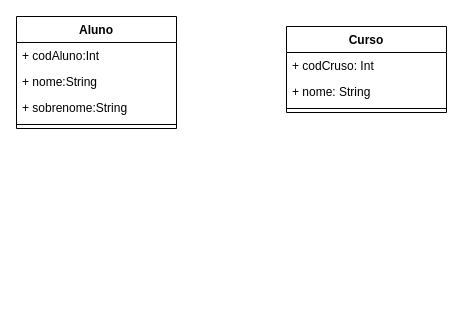
Earlier version of the draw.io diagram Desafio1drawio.drawio (Nogueira94/desafio1_digital_house). Source tidied: cells renumbered, new cells numbered last; positions are measured from the earlier drawing's top-left corner, leaving out a move shared by most shapes. Both pictures are drawn from the tidied source at 100%, with x=0, y=0 at pixel (16, 16).
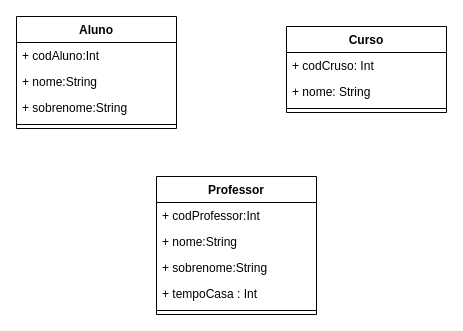
The same page after the edit.

Change to the diagram source:
```diff
@@
 <mxGraphModel>
   <root>
     <mxCell id="0" />
     <mxCell id="1" parent="0" />
     <mxCell id="2" value="Aluno" style="swimlane;fontStyle=1;align=center;verticalAlign=top;horizontal=1;startSize=26;" parent="1" vertex="1">
       <mxGeometry width="160" height="112" as="geometry" />
     </mxCell>
     <mxCell id="3" value="+ codAluno:Int" style="text;strokeColor=none;fillColor=none;align=left;verticalAlign=top;spacingLeft=4;spacingRight=4;overflow=hidden;" parent="2" vertex="1">
       <mxGeometry y="26" width="160" height="26" as="geometry" />
     </mxCell>
     <mxCell id="4" value="+ nome:String" style="text;strokeColor=none;fillColor=none;align=left;verticalAlign=top;spacingLeft=4;spacingRight=4;overflow=hidden;" parent="2" vertex="1">
       <mxGeometry y="52" width="160" height="26" as="geometry" />
     </mxCell>
     <mxCell id="5" value="+ sobrenome:String" style="text;strokeColor=none;fillColor=none;align=left;verticalAlign=top;spacingLeft=4;spacingRight=4;overflow=hidden;" parent="2" vertex="1">
       <mxGeometry y="78" width="160" height="26" as="geometry" />
     </mxCell>
     <mxCell id="6" style="line;strokeWidth=1;fillColor=none;align=left;verticalAlign=middle;spacingTop=-1;spacingLeft=3;spacingRight=3;labelPosition=right;" parent="2" vertex="1">
       <mxGeometry y="104" width="160" height="8" as="geometry" />
     </mxCell>
     <mxCell id="7" value="Curso" style="swimlane;fontStyle=1;align=center;verticalAlign=top;horizontal=1;startSize=26;" parent="1" vertex="1">
       <mxGeometry x="270" y="10" width="160" height="86" as="geometry" />
     </mxCell>
     <mxCell id="8" value="+ codCruso: Int" style="text;strokeColor=none;fillColor=none;align=left;verticalAlign=top;spacingLeft=4;spacingRight=4;overflow=hidden;" parent="7" vertex="1">
       <mxGeometry y="26" width="160" height="26" as="geometry" />
     </mxCell>
     <mxCell id="9" value="+ nome: String&#10;" style="text;strokeColor=none;fillColor=none;align=left;verticalAlign=top;spacingLeft=4;spacingRight=4;overflow=hidden;" parent="7" vertex="1">
       <mxGeometry y="52" width="160" height="26" as="geometry" />
     </mxCell>
     <mxCell id="10" style="line;strokeWidth=1;fillColor=none;align=left;verticalAlign=middle;spacingTop=-1;spacingLeft=3;spacingRight=3;labelPosition=right;" parent="7" vertex="1">
       <mxGeometry y="78" width="160" height="8" as="geometry" />
     </mxCell>
+    <mxCell id="11" value="Professor" style="swimlane;fontStyle=1;align=center;verticalAlign=top;horizontal=1;startSize=26;" parent="1" vertex="1">
+      <mxGeometry x="140" y="160" width="160" height="138" as="geometry" />
+    </mxCell>
+    <mxCell id="12" value="+ codProfessor:Int" style="text;strokeColor=none;fillColor=none;align=left;verticalAlign=top;spacingLeft=4;spacingRight=4;overflow=hidden;" parent="11" vertex="1">
+      <mxGeometry y="26" width="160" height="26" as="geometry" />
+    </mxCell>
+    <mxCell id="13" value="+ nome:String" style="text;strokeColor=none;fillColor=none;align=left;verticalAlign=top;spacingLeft=4;spacingRight=4;overflow=hidden;" parent="11" vertex="1">
+      <mxGeometry y="52" width="160" height="26" as="geometry" />
+    </mxCell>
+    <mxCell id="14" value="+ sobrenome:String" style="text;strokeColor=none;fillColor=none;align=left;verticalAlign=top;spacingLeft=4;spacingRight=4;overflow=hidden;" parent="11" vertex="1">
+      <mxGeometry y="78" width="160" height="26" as="geometry" />
+    </mxCell>
+    <mxCell id="15" value="+ tempoCasa : Int" style="text;strokeColor=none;fillColor=none;align=left;verticalAlign=top;spacingLeft=4;spacingRight=4;overflow=hidden;" parent="11" vertex="1">
+      <mxGeometry y="104" width="160" height="26" as="geometry" />
+    </mxCell>
+    <mxCell id="16" style="line;strokeWidth=1;fillColor=none;align=left;verticalAlign=middle;spacingTop=-1;spacingLeft=3;spacingRight=3;labelPosition=right;" parent="11" vertex="1">
+      <mxGeometry y="130" width="160" height="8" as="geometry" />
+    </mxCell>
   </root>
 </mxGraphModel>
```
